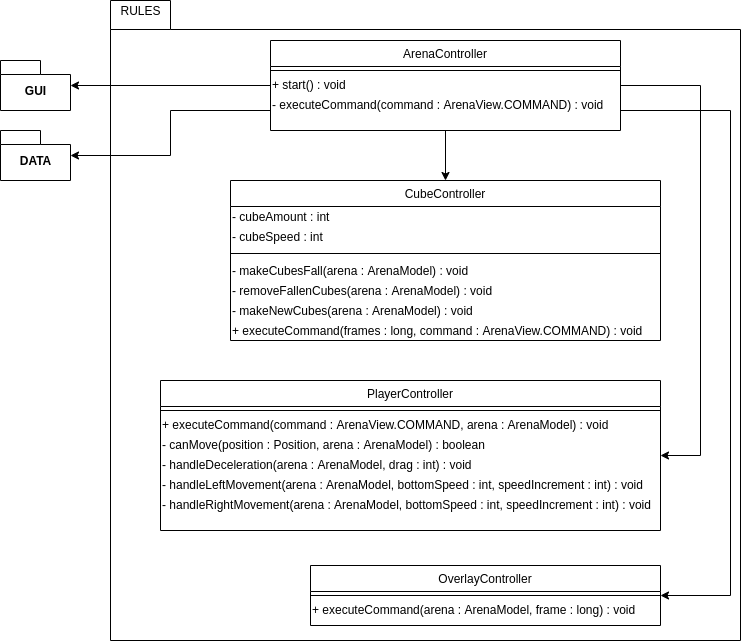
Above: docs/media/rules_class.png in mdpcardoso/FEUP-LPOO (draw.io), before the change. Source tidied: cells renumbered, new cells last; positions are measured from the earlier drawing's top-left corner, leaving out a move shared by most shapes. Its diagram source:
```xml
<mxGraphModel>
  <root>
    <mxCell id="0" />
    <mxCell id="1" parent="0" />
    <mxCell id="2" style="shape=folder;fontStyle=1;spacingTop=10;tabWidth=60;tabHeight=29;tabPosition=left;html=1;" parent="1" vertex="1">
      <mxGeometry x="110" width="630" height="640" as="geometry" />
    </mxCell>
    <mxCell id="3" style="edgeStyle=orthogonalEdgeStyle;rounded=0;jettySize=auto;html=1;" parent="1" edge="1" source="26" target="4">
      <mxGeometry relative="1" as="geometry" />
    </mxCell>
    <mxCell id="4" value="CubeController" style="swimlane;fontStyle=0;align=center;verticalAlign=top;horizontal=1;startSize=26;rounded=0;shadow=0;strokeWidth=1;" parent="1" vertex="1">
      <mxGeometry x="230" y="180" width="430" height="160" as="geometry" />
    </mxCell>
    <mxCell id="5" value="- cubeAmount : int" style="text;html=1;align=left;verticalAlign=middle;" parent="4" vertex="1">
      <mxGeometry y="26" width="430" height="20" as="geometry" />
    </mxCell>
    <mxCell id="6" value="- cubeSpeed : int" style="text;html=1;align=left;verticalAlign=middle;" parent="4" vertex="1">
      <mxGeometry y="46" width="430" height="20" as="geometry" />
    </mxCell>
    <mxCell id="7" style="line;html=1;strokeWidth=1;align=left;verticalAlign=middle;spacingTop=-1;spacingLeft=3;spacingRight=3;labelPosition=right;" parent="4" vertex="1">
      <mxGeometry y="66" width="430" height="14" as="geometry" />
    </mxCell>
    <mxCell id="8" value="- makeCubesFall(arena : ArenaModel) : void" style="text;html=1;align=left;verticalAlign=middle;" parent="4" vertex="1">
      <mxGeometry y="80" width="430" height="20" as="geometry" />
    </mxCell>
    <mxCell id="9" value="- removeFallenCubes(arena : ArenaModel) : void" style="text;html=1;align=left;verticalAlign=middle;" parent="4" vertex="1">
      <mxGeometry y="100" width="430" height="20" as="geometry" />
    </mxCell>
    <mxCell id="10" value="- makeNewCubes(arena : ArenaModel) : void" style="text;html=1;align=left;verticalAlign=middle;" parent="4" vertex="1">
      <mxGeometry y="120" width="430" height="20" as="geometry" />
    </mxCell>
    <mxCell id="11" value="+ executeCommand(frames : long, command : ArenaView.COMMAND) : void" style="text;html=1;align=left;verticalAlign=middle;" parent="4" vertex="1">
      <mxGeometry y="140" width="430" height="20" as="geometry" />
    </mxCell>
    <mxCell id="12" value="PlayerController" style="swimlane;fontStyle=0;align=center;verticalAlign=top;horizontal=1;startSize=26;rounded=0;shadow=0;strokeWidth=1;" parent="1" vertex="1">
      <mxGeometry x="160" y="380" width="500" height="150" as="geometry" />
    </mxCell>
    <mxCell id="13" style="line;html=1;strokeWidth=1;align=left;verticalAlign=middle;spacingTop=-1;spacingLeft=3;spacingRight=3;labelPosition=right;" parent="12" vertex="1">
      <mxGeometry y="26" width="500" height="8" as="geometry" />
    </mxCell>
    <mxCell id="14" value="+ executeCommand(command : ArenaView.COMMAND, arena : ArenaModel) : void" style="text;html=1;align=left;verticalAlign=middle;" parent="12" vertex="1">
      <mxGeometry y="34" width="500" height="20" as="geometry" />
    </mxCell>
    <mxCell id="15" value="- canMove(position : Position, arena : ArenaModel) : boolean" style="text;html=1;align=left;verticalAlign=middle;" parent="12" vertex="1">
      <mxGeometry y="54" width="500" height="20" as="geometry" />
    </mxCell>
    <mxCell id="16" value="- handleDeceleration(arena : ArenaModel, drag : int) : void" style="text;html=1;align=left;verticalAlign=middle;" parent="12" vertex="1">
      <mxGeometry y="74" width="500" height="20" as="geometry" />
    </mxCell>
    <mxCell id="17" value="- handleLeftMovement(arena : ArenaModel, bottomSpeed : int, speedIncrement : int) : void" style="text;html=1;align=left;verticalAlign=middle;" parent="12" vertex="1">
      <mxGeometry y="94" width="500" height="20" as="geometry" />
    </mxCell>
    <mxCell id="18" value="- handleRightMovement(arena : ArenaModel, bottomSpeed : int, speedIncrement : int) : void" style="text;html=1;align=left;verticalAlign=middle;" parent="12" vertex="1">
      <mxGeometry y="114" width="500" height="20" as="geometry" />
    </mxCell>
    <mxCell id="19" value="OverlayController" style="swimlane;fontStyle=0;align=center;verticalAlign=top;horizontal=1;startSize=26;rounded=0;shadow=0;strokeWidth=1;" parent="1" vertex="1">
      <mxGeometry x="310" y="565" width="350" height="60" as="geometry" />
    </mxCell>
    <mxCell id="20" style="line;html=1;strokeWidth=1;align=left;verticalAlign=middle;spacingTop=-1;spacingLeft=3;spacingRight=3;labelPosition=right;" parent="19" vertex="1">
      <mxGeometry y="26" width="350" height="8" as="geometry" />
    </mxCell>
    <mxCell id="21" value="+ executeCommand(arena : ArenaModel, frame : long) : void" style="text;html=1;align=left;verticalAlign=middle;" parent="19" vertex="1">
      <mxGeometry y="34" width="350" height="20" as="geometry" />
    </mxCell>
    <mxCell id="22" style="edgeStyle=orthogonalEdgeStyle;rounded=0;jettySize=auto;html=1;" parent="1" edge="1" source="26" target="12">
      <mxGeometry relative="1" as="geometry">
        <Array as="points">
          <mxPoint x="700" y="85" />
          <mxPoint x="700" y="455" />
        </Array>
      </mxGeometry>
    </mxCell>
    <mxCell id="23" style="edgeStyle=orthogonalEdgeStyle;rounded=0;jettySize=auto;html=1;" parent="1" edge="1" source="26" target="19">
      <mxGeometry relative="1" as="geometry">
        <Array as="points">
          <mxPoint x="730" y="110" />
          <mxPoint x="730" y="595" />
        </Array>
      </mxGeometry>
    </mxCell>
    <mxCell id="24" style="edgeStyle=orthogonalEdgeStyle;rounded=0;jettySize=auto;html=1;" parent="1" edge="1" source="26" target="30">
      <mxGeometry relative="1" as="geometry" />
    </mxCell>
    <mxCell id="25" style="edgeStyle=orthogonalEdgeStyle;rounded=0;jettySize=auto;html=1;" parent="1" edge="1" source="26" target="31">
      <mxGeometry relative="1" as="geometry">
        <Array as="points">
          <mxPoint x="170" y="110" />
          <mxPoint x="170" y="155" />
        </Array>
      </mxGeometry>
    </mxCell>
    <mxCell id="26" value="ArenaController" style="swimlane;fontStyle=0;align=center;verticalAlign=top;horizontal=1;startSize=26;rounded=0;shadow=0;strokeWidth=1;" parent="1" vertex="1">
      <mxGeometry x="270" y="40" width="350" height="90" as="geometry" />
    </mxCell>
    <mxCell id="27" style="line;html=1;strokeWidth=1;align=left;verticalAlign=middle;spacingTop=-1;spacingLeft=3;spacingRight=3;labelPosition=right;" parent="26" vertex="1">
      <mxGeometry y="26" width="350" height="8" as="geometry" />
    </mxCell>
    <mxCell id="28" value="+ start() : void" style="text;html=1;align=left;verticalAlign=middle;" parent="26" vertex="1">
      <mxGeometry y="34" width="350" height="20" as="geometry" />
    </mxCell>
    <mxCell id="29" value="- executeCommand(command : ArenaView.COMMAND) : void" style="text;html=1;align=left;verticalAlign=middle;" parent="26" vertex="1">
      <mxGeometry y="54" width="350" height="20" as="geometry" />
    </mxCell>
    <mxCell id="30" value="GUI" style="shape=folder;fontStyle=1;spacingTop=10;tabWidth=40;tabHeight=14;tabPosition=left;html=1;" parent="1" vertex="1">
      <mxGeometry y="60" width="70" height="50" as="geometry" />
    </mxCell>
    <mxCell id="31" value="DATA" style="shape=folder;fontStyle=1;spacingTop=10;tabWidth=40;tabHeight=14;tabPosition=left;html=1;" parent="1" vertex="1">
      <mxGeometry y="130" width="70" height="50" as="geometry" />
    </mxCell>
    <mxCell id="32" value="RULES" style="text;html=1;align=center;verticalAlign=middle;" parent="1" vertex="1">
      <mxGeometry x="110" width="60" height="20" as="geometry" />
    </mxCell>
  </root>
</mxGraphModel>
```
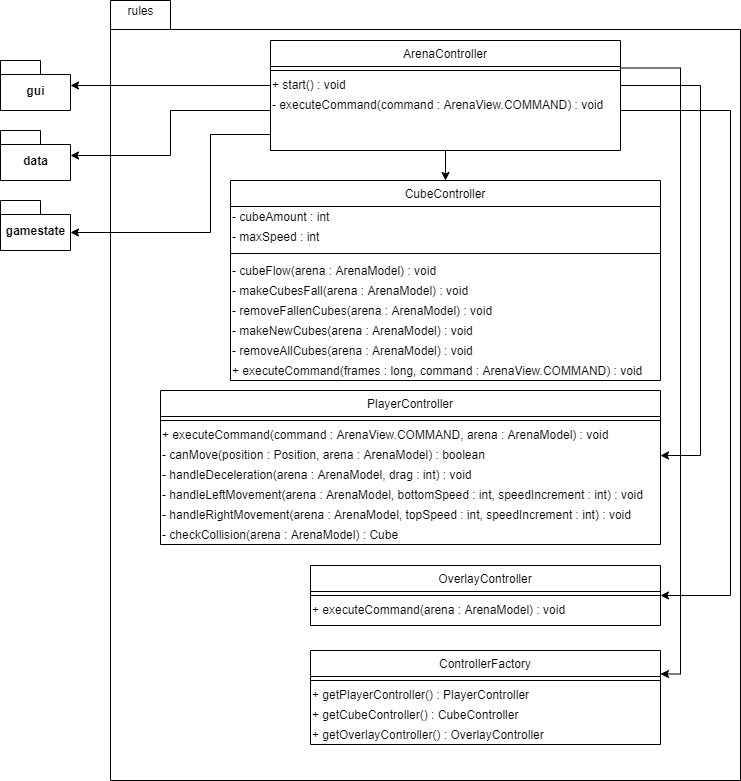
The same file after the commit.

Change to the diagram source:
```diff
@@ -1,39 +1,118 @@
 <mxGraphModel>
   <root>
-    <mxCell id="0" />
-    <mxCell id="1" parent="0" />
-    <mxCell id="2" style="shape=folder;fontStyle=1;spacingTop=10;tabWidth=60;tabHeight=29;tabPosition=left;html=1;" parent="1" vertex="1">
-      <mxGeometry x="110" width="630" height="640" as="geometry" />
-    </mxCell>
+    <mxCell id="33" />
+    <mxCell id="34" parent="33" />
+    <mxCell id="35" style="shape=folder;fontStyle=1;spacingTop=10;tabWidth=60;tabHeight=29;tabPosition=left;html=1;" parent="34" vertex="1">
+      <mxGeometry x="110" width="630" height="780" as="geometry" />
+    </mxCell>
-    <mxCell id="3" style="edgeStyle=orthogonalEdgeStyle;rounded=0;jettySize=auto;html=1;" parent="1" edge="1" source="26" target="4">
+    <mxCell id="3" style="edgeStyle=orthogonalEdgeStyle;rounded=0;jettySize=auto;html=1;" parent="34" edge="1" source="26" target="4">
       <mxGeometry relative="1" as="geometry" />
     </mxCell>
-    <mxCell id="4" value="CubeController" style="swimlane;fontStyle=0;align=center;verticalAlign=top;horizontal=1;startSize=26;rounded=0;shadow=0;strokeWidth=1;" parent="1" vertex="1">
-      <mxGeometry x="230" y="180" width="430" height="160" as="geometry" />
+    <mxCell id="4" value="CubeController" style="swimlane;fontStyle=0;align=center;verticalAlign=top;horizontal=1;startSize=26;rounded=0;shadow=0;strokeWidth=1;" parent="34" vertex="1">
+      <mxGeometry x="230" y="180" width="430" height="200" as="geometry" />
     </mxCell>
     <mxCell id="5" value="- cubeAmount : int" style="text;html=1;align=left;verticalAlign=middle;" parent="4" vertex="1">
       <mxGeometry y="26" width="430" height="20" as="geometry" />
     </mxCell>
-    <mxCell id="6" value="- cubeSpeed : int" style="text;html=1;align=left;verticalAlign=middle;" parent="4" vertex="1">
-      <mxGeometry y="46" width="430" height="20" as="geometry" />
-    </mxCell>
+    <mxCell id="36" value="- maxSpeed : int" style="text;html=1;align=left;verticalAlign=middle;" parent="4" vertex="1">
+      <mxGeometry y="46" width="430" height="20" as="geometry" />
+    </mxCell>
     <mxCell id="7" style="line;html=1;strokeWidth=1;align=left;verticalAlign=middle;spacingTop=-1;spacingLeft=3;spacingRight=3;labelPosition=right;" parent="4" vertex="1">
       <mxGeometry y="66" width="430" height="14" as="geometry" />
     </mxCell>
+    <mxCell id="37" value="- cubeFlow(arena : ArenaModel) : void" style="text;html=1;align=left;verticalAlign=middle;" parent="4" vertex="1">
+      <mxGeometry y="80" width="430" height="20" as="geometry" />
+    </mxCell>
     <mxCell id="8" value="- makeCubesFall(arena : ArenaModel) : void" style="text;html=1;align=left;verticalAlign=middle;" parent="4" vertex="1">
-      <mxGeometry y="80" width="430" height="20" as="geometry" />
+      <mxGeometry y="100" width="430" height="20" as="geometry" />
     </mxCell>
     <mxCell id="9" value="- removeFallenCubes(arena : ArenaModel) : void" style="text;html=1;align=left;verticalAlign=middle;" parent="4" vertex="1">
-      <mxGeometry y="100" width="430" height="20" as="geometry" />
+      <mxGeometry y="120" width="430" height="20" as="geometry" />
     </mxCell>
     <mxCell id="10" value="- makeNewCubes(arena : ArenaModel) : void" style="text;html=1;align=left;verticalAlign=middle;" parent="4" vertex="1">
-      <mxGeometry y="120" width="430" height="20" as="geometry" />
+      <mxGeometry y="140" width="430" height="20" as="geometry" />
     </mxCell>
+    <mxCell id="38" value="- removeAllCubes(arena : ArenaModel) : void" style="text;html=1;align=left;verticalAlign=middle;" parent="4" vertex="1">
+      <mxGeometry y="160" width="430" height="20" as="geometry" />
+    </mxCell>
     <mxCell id="11" value="+ executeCommand(frames : long, command : ArenaView.COMMAND) : void" style="text;html=1;align=left;verticalAlign=middle;" parent="4" vertex="1">
-      <mxGeometry y="140" width="430" height="20" as="geometry" />
+      <mxGeometry y="180" width="430" height="20" as="geometry" />
     </mxCell>
+    <mxCell id="19" value="OverlayController" style="swimlane;fontStyle=0;align=center;verticalAlign=top;horizontal=1;startSize=26;rounded=0;shadow=0;strokeWidth=1;" parent="34" vertex="1">
+      <mxGeometry x="310" y="565" width="350" height="60" as="geometry" />
+    </mxCell>
+    <mxCell id="39" style="line;html=1;strokeWidth=1;align=left;verticalAlign=middle;spacingTop=-1;spacingLeft=3;spacingRight=3;labelPosition=right;" parent="19" vertex="1">
+      <mxGeometry y="26" width="350" height="8" as="geometry" />
+    </mxCell>
+    <mxCell id="40" value="+ executeCommand(arena : ArenaModel) : void" style="text;html=1;align=left;verticalAlign=middle;" parent="19" vertex="1">
+      <mxGeometry y="34" width="350" height="20" as="geometry" />
+    </mxCell>
+    <mxCell id="22" style="edgeStyle=orthogonalEdgeStyle;rounded=0;jettySize=auto;html=1;" parent="34" edge="1" source="26" target="12">
+      <mxGeometry relative="1" as="geometry">
+        <Array as="points">
+          <mxPoint x="700" y="85" />
+          <mxPoint x="700" y="455" />
+        </Array>
+      </mxGeometry>
+    </mxCell>
+    <mxCell id="23" style="edgeStyle=orthogonalEdgeStyle;rounded=0;jettySize=auto;html=1;" parent="34" edge="1" source="26" target="19">
+      <mxGeometry relative="1" as="geometry">
+        <Array as="points">
+          <mxPoint x="730" y="110" />
+          <mxPoint x="730" y="595" />
+        </Array>
+      </mxGeometry>
+    </mxCell>
+    <mxCell id="41" style="edgeStyle=orthogonalEdgeStyle;rounded=0;jettySize=auto;html=1;" parent="34" edge="1" source="26" target="46">
+      <mxGeometry relative="1" as="geometry">
+        <Array as="points">
+          <mxPoint x="210" y="85" />
+          <mxPoint x="210" y="85" />
+        </Array>
+      </mxGeometry>
+    </mxCell>
+    <mxCell id="42" style="edgeStyle=orthogonalEdgeStyle;rounded=0;jettySize=auto;html=1;" parent="34" edge="1" source="26" target="47">
+      <mxGeometry relative="1" as="geometry">
+        <Array as="points">
+          <mxPoint x="170" y="110" />
+          <mxPoint x="170" y="155" />
+        </Array>
+      </mxGeometry>
+    </mxCell>
+    <mxCell id="43" style="edgeStyle=orthogonalEdgeStyle;rounded=0;jettySize=auto;html=1;exitX=1;exitY=0.25;exitDx=0;exitDy=0;entryX=1;entryY=0.25;entryDx=0;entryDy=0;" parent="34" edge="1" source="26" target="51">
+      <mxGeometry relative="1" as="geometry" />
+    </mxCell>
+    <mxCell id="44" style="edgeStyle=orthogonalEdgeStyle;rounded=0;jettySize=auto;html=1;exitX=0;exitY=1;exitDx=0;exitDy=0;entryX=0;entryY=0;entryDx=70;entryDy=32;entryPerimeter=0;" parent="34" edge="1" source="26" target="56">
+      <mxGeometry relative="1" as="geometry">
+        <Array as="points">
+          <mxPoint x="210" y="134" />
+          <mxPoint x="210" y="232" />
+        </Array>
+      </mxGeometry>
+    </mxCell>
+    <mxCell id="26" value="ArenaController" style="swimlane;fontStyle=0;align=center;verticalAlign=top;horizontal=1;startSize=26;rounded=0;shadow=0;strokeWidth=1;" parent="34" vertex="1">
+      <mxGeometry x="270" y="40" width="350" height="110" as="geometry" />
+    </mxCell>
+    <mxCell id="45" style="line;html=1;strokeWidth=1;align=left;verticalAlign=middle;spacingTop=-1;spacingLeft=3;spacingRight=3;labelPosition=right;" parent="26" vertex="1">
+      <mxGeometry y="26" width="350" height="8" as="geometry" />
+    </mxCell>
+    <mxCell id="28" value="+ start() : void" style="text;html=1;align=left;verticalAlign=middle;" parent="26" vertex="1">
+      <mxGeometry y="34" width="350" height="20" as="geometry" />
+    </mxCell>
+    <mxCell id="29" value="- executeCommand(command : ArenaView.COMMAND) : void" style="text;html=1;align=left;verticalAlign=middle;" parent="26" vertex="1">
+      <mxGeometry y="54" width="350" height="20" as="geometry" />
+    </mxCell>
+    <mxCell id="46" value="gui" style="shape=folder;fontStyle=1;spacingTop=10;tabWidth=40;tabHeight=14;tabPosition=left;html=1;" parent="34" vertex="1">
+      <mxGeometry y="60" width="70" height="50" as="geometry" />
+    </mxCell>
+    <mxCell id="47" value="data" style="shape=folder;fontStyle=1;spacingTop=10;tabWidth=40;tabHeight=14;tabPosition=left;html=1;" parent="34" vertex="1">
+      <mxGeometry y="130" width="70" height="50" as="geometry" />
+    </mxCell>
+    <mxCell id="48" value="rules" style="text;html=1;align=center;verticalAlign=middle;" parent="34" vertex="1">
+      <mxGeometry x="120" width="40" height="20" as="geometry" />
+    </mxCell>
-    <mxCell id="12" value="PlayerController" style="swimlane;fontStyle=0;align=center;verticalAlign=top;horizontal=1;startSize=26;rounded=0;shadow=0;strokeWidth=1;" parent="1" vertex="1">
-      <mxGeometry x="160" y="380" width="500" height="150" as="geometry" />
+    <mxCell id="12" value="PlayerController" style="swimlane;fontStyle=0;align=center;verticalAlign=top;horizontal=1;startSize=26;rounded=0;shadow=0;strokeWidth=1;" parent="34" vertex="1">
+      <mxGeometry x="160" y="390" width="500" height="154" as="geometry" />
     </mxCell>
     <mxCell id="13" style="line;html=1;strokeWidth=1;align=left;verticalAlign=middle;spacingTop=-1;spacingLeft=3;spacingRight=3;labelPosition=right;" parent="12" vertex="1">
       <mxGeometry y="26" width="500" height="8" as="geometry" />
@@ -50,65 +129,29 @@
     <mxCell id="17" value="- handleLeftMovement(arena : ArenaModel, bottomSpeed : int, speedIncrement : int) : void" style="text;html=1;align=left;verticalAlign=middle;" parent="12" vertex="1">
       <mxGeometry y="94" width="500" height="20" as="geometry" />
     </mxCell>
-    <mxCell id="18" value="- handleRightMovement(arena : ArenaModel, bottomSpeed : int, speedIncrement : int) : void" style="text;html=1;align=left;verticalAlign=middle;" parent="12" vertex="1">
-      <mxGeometry y="114" width="500" height="20" as="geometry" />
-    </mxCell>
-    <mxCell id="19" value="OverlayController" style="swimlane;fontStyle=0;align=center;verticalAlign=top;horizontal=1;startSize=26;rounded=0;shadow=0;strokeWidth=1;" parent="1" vertex="1">
-      <mxGeometry x="310" y="565" width="350" height="60" as="geometry" />
-    </mxCell>
-    <mxCell id="20" style="line;html=1;strokeWidth=1;align=left;verticalAlign=middle;spacingTop=-1;spacingLeft=3;spacingRight=3;labelPosition=right;" parent="19" vertex="1">
-      <mxGeometry y="26" width="350" height="8" as="geometry" />
-    </mxCell>
-    <mxCell id="21" value="+ executeCommand(arena : ArenaModel, frame : long) : void" style="text;html=1;align=left;verticalAlign=middle;" parent="19" vertex="1">
-      <mxGeometry y="34" width="350" height="20" as="geometry" />
-    </mxCell>
-    <mxCell id="22" style="edgeStyle=orthogonalEdgeStyle;rounded=0;jettySize=auto;html=1;" parent="1" edge="1" source="26" target="12">
-      <mxGeometry relative="1" as="geometry">
-        <Array as="points">
-          <mxPoint x="700" y="85" />
-          <mxPoint x="700" y="455" />
-        </Array>
-      </mxGeometry>
-    </mxCell>
-    <mxCell id="23" style="edgeStyle=orthogonalEdgeStyle;rounded=0;jettySize=auto;html=1;" parent="1" edge="1" source="26" target="19">
-      <mxGeometry relative="1" as="geometry">
-        <Array as="points">
-          <mxPoint x="730" y="110" />
-          <mxPoint x="730" y="595" />
-        </Array>
-      </mxGeometry>
-    </mxCell>
-    <mxCell id="24" style="edgeStyle=orthogonalEdgeStyle;rounded=0;jettySize=auto;html=1;" parent="1" edge="1" source="26" target="30">
-      <mxGeometry relative="1" as="geometry" />
-    </mxCell>
-    <mxCell id="25" style="edgeStyle=orthogonalEdgeStyle;rounded=0;jettySize=auto;html=1;" parent="1" edge="1" source="26" target="31">
-      <mxGeometry relative="1" as="geometry">
-        <Array as="points">
-          <mxPoint x="170" y="110" />
-          <mxPoint x="170" y="155" />
-        </Array>
-      </mxGeometry>
-    </mxCell>
-    <mxCell id="26" value="ArenaController" style="swimlane;fontStyle=0;align=center;verticalAlign=top;horizontal=1;startSize=26;rounded=0;shadow=0;strokeWidth=1;" parent="1" vertex="1">
-      <mxGeometry x="270" y="40" width="350" height="90" as="geometry" />
-    </mxCell>
-    <mxCell id="27" style="line;html=1;strokeWidth=1;align=left;verticalAlign=middle;spacingTop=-1;spacingLeft=3;spacingRight=3;labelPosition=right;" parent="26" vertex="1">
-      <mxGeometry y="26" width="350" height="8" as="geometry" />
-    </mxCell>
-    <mxCell id="28" value="+ start() : void" style="text;html=1;align=left;verticalAlign=middle;" parent="26" vertex="1">
-      <mxGeometry y="34" width="350" height="20" as="geometry" />
-    </mxCell>
-    <mxCell id="29" value="- executeCommand(command : ArenaView.COMMAND) : void" style="text;html=1;align=left;verticalAlign=middle;" parent="26" vertex="1">
-      <mxGeometry y="54" width="350" height="20" as="geometry" />
-    </mxCell>
-    <mxCell id="30" value="GUI" style="shape=folder;fontStyle=1;spacingTop=10;tabWidth=40;tabHeight=14;tabPosition=left;html=1;" parent="1" vertex="1">
-      <mxGeometry y="60" width="70" height="50" as="geometry" />
-    </mxCell>
-    <mxCell id="31" value="DATA" style="shape=folder;fontStyle=1;spacingTop=10;tabWidth=40;tabHeight=14;tabPosition=left;html=1;" parent="1" vertex="1">
-      <mxGeometry y="130" width="70" height="50" as="geometry" />
-    </mxCell>
-    <mxCell id="32" value="RULES" style="text;html=1;align=center;verticalAlign=middle;" parent="1" vertex="1">
-      <mxGeometry x="110" width="60" height="20" as="geometry" />
-    </mxCell>
+    <mxCell id="49" value="- handleRightMovement(arena : ArenaModel, topSpeed : int, speedIncrement : int) : void" style="text;html=1;align=left;verticalAlign=middle;" parent="12" vertex="1">
+      <mxGeometry y="114" width="500" height="20" as="geometry" />
+    </mxCell>
+    <mxCell id="50" value="- checkCollision(arena : ArenaModel) : Cube" style="text;html=1;align=left;verticalAlign=middle;" parent="12" vertex="1">
+      <mxGeometry y="134" width="500" height="20" as="geometry" />
+    </mxCell>
+    <mxCell id="51" value="ControllerFactory" style="swimlane;fontStyle=0;align=center;verticalAlign=top;horizontal=1;startSize=26;rounded=0;shadow=0;strokeWidth=1;" parent="34" vertex="1">
+      <mxGeometry x="310" y="650" width="350" height="94" as="geometry" />
+    </mxCell>
+    <mxCell id="52" style="line;html=1;strokeWidth=1;align=left;verticalAlign=middle;spacingTop=-1;spacingLeft=3;spacingRight=3;labelPosition=right;" parent="51" vertex="1">
+      <mxGeometry y="26" width="350" height="8" as="geometry" />
+    </mxCell>
+    <mxCell id="53" value="+ getPlayerController() : PlayerController" style="text;html=1;align=left;verticalAlign=middle;" parent="51" vertex="1">
+      <mxGeometry y="34" width="350" height="20" as="geometry" />
+    </mxCell>
+    <mxCell id="54" value="+ getCubeController() : CubeController" style="text;html=1;align=left;verticalAlign=middle;" parent="51" vertex="1">
+      <mxGeometry y="54" width="350" height="20" as="geometry" />
+    </mxCell>
+    <mxCell id="55" value="+ getOverlayController() : OverlayController" style="text;html=1;align=left;verticalAlign=middle;" parent="51" vertex="1">
+      <mxGeometry y="74" width="350" height="20" as="geometry" />
+    </mxCell>
+    <mxCell id="56" value="gamestate" style="shape=folder;fontStyle=1;spacingTop=10;tabWidth=40;tabHeight=14;tabPosition=left;html=1;" parent="34" vertex="1">
+      <mxGeometry y="200" width="70" height="50" as="geometry" />
+    </mxCell>
   </root>
 </mxGraphModel>
```
